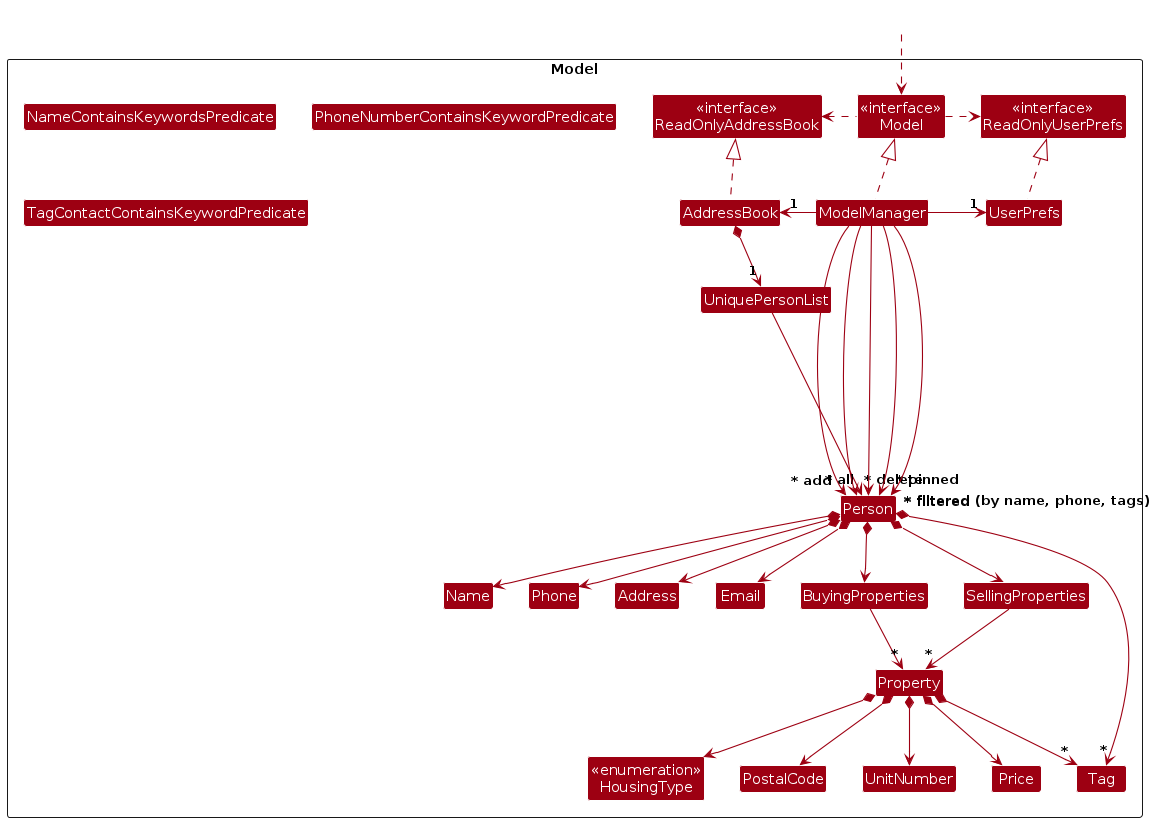
Above: diagrams/ModelClassDiagram.png in AY2425S1-CS2103T-F10-3/tp (PlantUML), before the change. Its source is kept beside it as diagrams/ModelClassDiagram.puml.
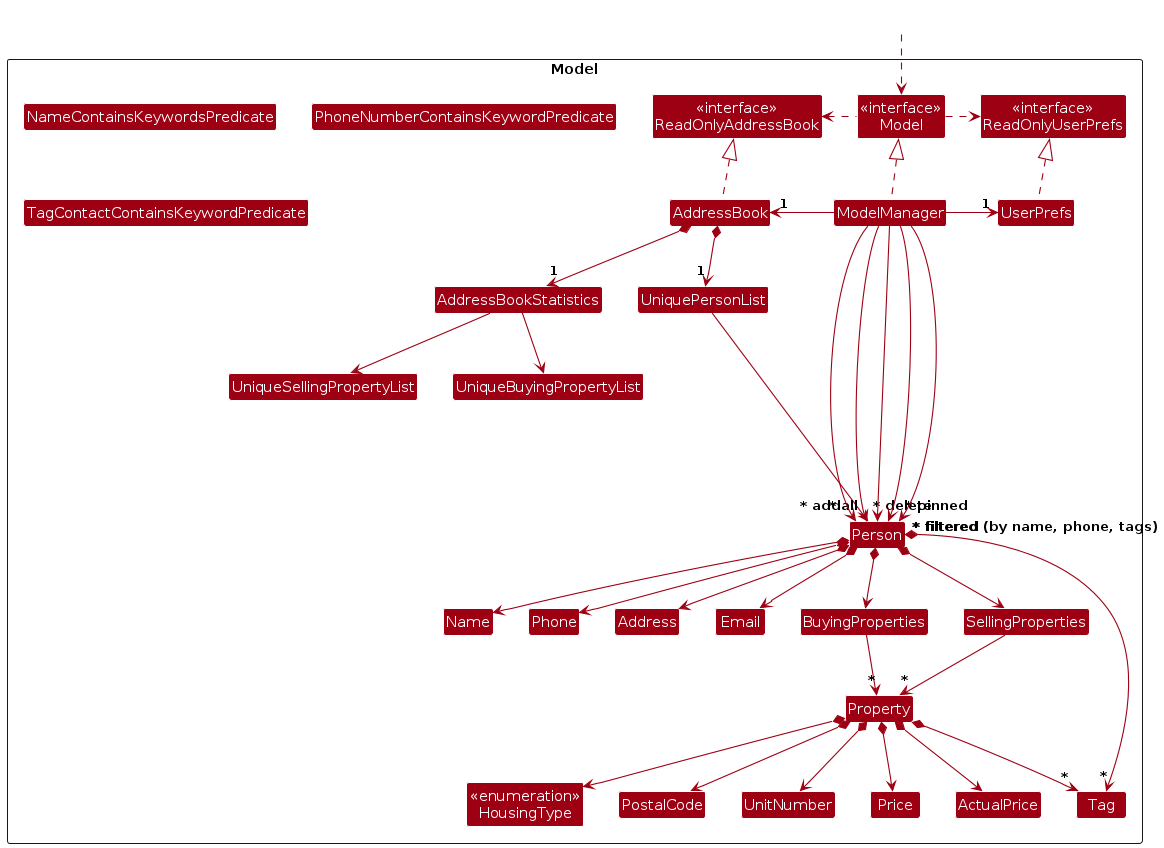
The same diagram one commit later.

Diff of the diagram source:
```diff
@@ -9,6 +9,9 @@
 Class "<<interface>>\nReadOnlyUserPrefs" as ReadOnlyUserPrefs
 Class "<<interface>>\nModel" as Model
 Class AddressBook
+Class AddressBookStatistics
+Class UniqueSellingPropertyList
+Class UniqueBuyingPropertyList
 Class ModelManager
 Class UserPrefs
 
@@ -29,6 +32,7 @@
 Class PostalCode
 Class UnitNumber
 Class Price
+Class ActualPrice
 
 Class I #FFFFFF
 }
@@ -46,6 +50,10 @@
 UserPrefs .up.|> ReadOnlyUserPrefs
 
 AddressBook *--> "1" UniquePersonList
+AddressBook *--> "1" AddressBookStatistics
+AddressBookStatistics --> UniqueSellingPropertyList
+AddressBookStatistics --> UniqueBuyingPropertyList
+
 UniquePersonList --> "~* all" Person
 Person *--> Name
 Person *--> Phone
@@ -62,6 +70,7 @@
 Property *--> PostalCode
 Property *--> UnitNumber
 Property *--> Price
+Property *--> ActualPrice
 Property *--> "*" Tag
 
 Person -[hidden]up--> I
@@ -73,6 +82,7 @@
 Address -[hidden]right-> Email
 Email -[hidden]right-> BuyingProperties
 BuyingProperties -[hidden]right-> SellingProperties
+AddressBookStatistics -[hidden]right-> UniquePersonList
 
 
 ModelManager --> "~* add" Person
```
